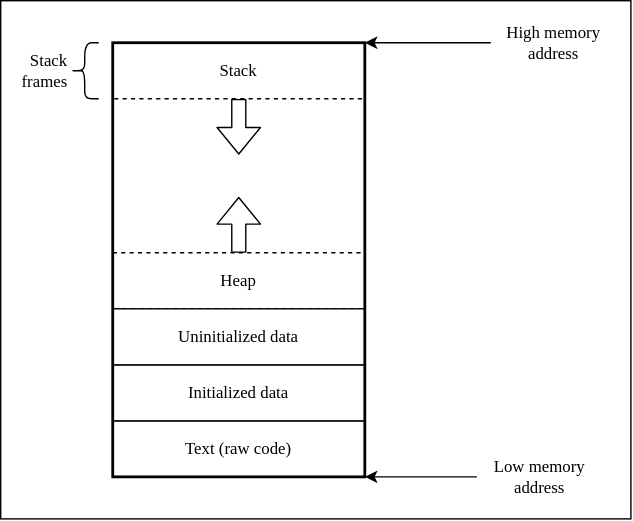
The draw.io diagram img/stack_heap.drawio.svg in Zuyd-ADSAI/Rust-Workshop, before a commit. Source tidied: cells renumbered, new cells last; positions are measured from the earlier drawing's top-left corner, leaving out a move shared by most shapes. Source of this version:
```xml
<mxGraphModel math="1">
  <root>
    <mxCell id="0" />
    <mxCell id="1" parent="0" />
    <mxCell id="2" style="rounded=0;whiteSpace=wrap;html=1;fontFamily=Lucida Console;" parent="1" vertex="1">
      <mxGeometry width="450" height="370" as="geometry" />
    </mxCell>
    <mxCell id="3" style="shape=flexArrow;endArrow=classic;html=1;exitX=0.5;exitY=1;exitDx=0;exitDy=0;fontFamily=Lucida Console;" parent="1" edge="1" source="9">
      <mxGeometry relative="1" as="geometry">
        <mxPoint x="170" y="110" as="targetPoint" />
      </mxGeometry>
    </mxCell>
    <mxCell id="4" value="Text (raw code)" style="rounded=0;whiteSpace=wrap;html=1;fontFamily=Lucida Console;" parent="1" vertex="1">
      <mxGeometry x="80" y="300" width="180" height="40" as="geometry" />
    </mxCell>
    <mxCell id="5" value="Low memory address" style="text;html=1;strokeColor=none;fillColor=none;align=center;verticalAlign=middle;whiteSpace=wrap;rounded=0;fontFamily=Lucida Console;" parent="1" vertex="1">
      <mxGeometry x="340" y="325" width="90" height="30" as="geometry" />
    </mxCell>
    <mxCell id="6" style="endArrow=classic;html=1;exitX=0;exitY=0.5;exitDx=0;exitDy=0;entryX=1;entryY=1;entryDx=0;entryDy=0;fontFamily=Lucida Console;" parent="1" edge="1" source="5" target="4">
      <mxGeometry relative="1" as="geometry" />
    </mxCell>
    <mxCell id="7" value="High memory address" style="text;html=1;strokeColor=none;fillColor=none;align=center;verticalAlign=middle;whiteSpace=wrap;rounded=0;fontFamily=Lucida Console;" parent="1" vertex="1">
      <mxGeometry x="350" y="15" width="90" height="30" as="geometry" />
    </mxCell>
    <mxCell id="8" style="endArrow=classic;html=1;exitX=0;exitY=0.5;exitDx=0;exitDy=0;entryX=1;entryY=0;entryDx=0;entryDy=0;fontFamily=Lucida Console;" parent="1" edge="1" source="7" target="9">
      <mxGeometry relative="1" as="geometry" />
    </mxCell>
    <mxCell id="9" value="Stack" style="rounded=0;whiteSpace=wrap;html=1;dashed=1;fontFamily=Lucida Console;" parent="1" vertex="1">
      <mxGeometry x="80" y="30" width="180" height="40" as="geometry" />
    </mxCell>
    <mxCell id="10" value="Initialized data" style="rounded=0;whiteSpace=wrap;html=1;fontFamily=Lucida Console;" parent="1" vertex="1">
      <mxGeometry x="80" y="260" width="180" height="40" as="geometry" />
    </mxCell>
    <mxCell id="11" value="Heap" style="rounded=0;whiteSpace=wrap;html=1;dashed=1;fontFamily=Lucida Console;" parent="1" vertex="1">
      <mxGeometry x="80" y="180" width="180" height="40" as="geometry" />
    </mxCell>
    <mxCell id="12" style="shape=flexArrow;endArrow=classic;html=1;exitX=0.5;exitY=0;exitDx=0;exitDy=0;fontFamily=Lucida Console;" parent="1" edge="1" source="11">
      <mxGeometry relative="1" as="geometry">
        <mxPoint x="170" y="140" as="targetPoint" />
      </mxGeometry>
    </mxCell>
    <mxCell id="13" value="Uninitialized data" style="rounded=0;whiteSpace=wrap;html=1;fontFamily=Lucida Console;" parent="1" vertex="1">
      <mxGeometry x="80" y="220" width="180" height="40" as="geometry" />
    </mxCell>
    <mxCell id="14" value="Stack frames" style="shape=curlyBracket;whiteSpace=wrap;html=1;rounded=1;labelPosition=left;verticalLabelPosition=middle;align=right;verticalAlign=middle;fillColor=none;fontFamily=Lucida Console;" parent="1" vertex="1">
      <mxGeometry x="50" y="30" width="20" height="40" as="geometry" />
    </mxCell>
    <mxCell id="15" style="rounded=0;whiteSpace=wrap;html=1;fillColor=none;fontFamily=Lucida Console;strokeWidth=2;" parent="1" vertex="1">
      <mxGeometry x="80" y="30" width="180" height="310" as="geometry" />
    </mxCell>
  </root>
</mxGraphModel>
```
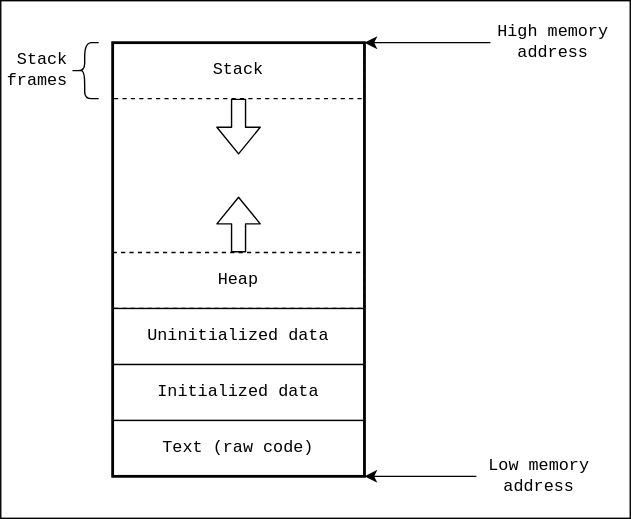
Later version of the same file.

Diff of the diagram source:
```diff
@@ -2,50 +2,50 @@
   <root>
     <mxCell id="0" />
     <mxCell id="1" parent="0" />
-    <mxCell id="2" style="rounded=0;whiteSpace=wrap;html=1;fontFamily=Lucida Console;" parent="1" vertex="1">
+    <mxCell id="2" style="rounded=0;whiteSpace=wrap;html=1;fontFamily=Courier New;" parent="1" vertex="1">
       <mxGeometry width="450" height="370" as="geometry" />
     </mxCell>
-    <mxCell id="3" style="shape=flexArrow;endArrow=classic;html=1;exitX=0.5;exitY=1;exitDx=0;exitDy=0;fontFamily=Lucida Console;" parent="1" edge="1" source="9">
+    <mxCell id="3" style="shape=flexArrow;endArrow=classic;html=1;exitX=0.5;exitY=1;exitDx=0;exitDy=0;fontFamily=Courier New;" parent="1" edge="1" source="9">
       <mxGeometry relative="1" as="geometry">
         <mxPoint x="170" y="110" as="targetPoint" />
       </mxGeometry>
     </mxCell>
-    <mxCell id="4" value="Text (raw code)" style="rounded=0;whiteSpace=wrap;html=1;fontFamily=Lucida Console;" parent="1" vertex="1">
+    <mxCell id="4" value="Text (raw code)" style="rounded=0;whiteSpace=wrap;html=1;fontFamily=Courier New;" parent="1" vertex="1">
       <mxGeometry x="80" y="300" width="180" height="40" as="geometry" />
     </mxCell>
-    <mxCell id="5" value="Low memory address" style="text;html=1;strokeColor=none;fillColor=none;align=center;verticalAlign=middle;whiteSpace=wrap;rounded=0;fontFamily=Lucida Console;" parent="1" vertex="1">
+    <mxCell id="5" value="Low memory address" style="text;html=1;strokeColor=none;fillColor=none;align=center;verticalAlign=middle;whiteSpace=wrap;rounded=0;fontFamily=Courier New;" parent="1" vertex="1">
       <mxGeometry x="340" y="325" width="90" height="30" as="geometry" />
     </mxCell>
-    <mxCell id="6" style="endArrow=classic;html=1;exitX=0;exitY=0.5;exitDx=0;exitDy=0;entryX=1;entryY=1;entryDx=0;entryDy=0;fontFamily=Lucida Console;" parent="1" edge="1" source="5" target="4">
+    <mxCell id="6" style="endArrow=classic;html=1;exitX=0;exitY=0.5;exitDx=0;exitDy=0;entryX=1;entryY=1;entryDx=0;entryDy=0;fontFamily=Courier New;" parent="1" edge="1" source="5" target="4">
       <mxGeometry relative="1" as="geometry" />
     </mxCell>
-    <mxCell id="7" value="High memory address" style="text;html=1;strokeColor=none;fillColor=none;align=center;verticalAlign=middle;whiteSpace=wrap;rounded=0;fontFamily=Lucida Console;" parent="1" vertex="1">
+    <mxCell id="7" value="High memory address" style="text;html=1;strokeColor=none;fillColor=none;align=center;verticalAlign=middle;whiteSpace=wrap;rounded=0;fontFamily=Courier New;" parent="1" vertex="1">
       <mxGeometry x="350" y="15" width="90" height="30" as="geometry" />
     </mxCell>
-    <mxCell id="8" style="endArrow=classic;html=1;exitX=0;exitY=0.5;exitDx=0;exitDy=0;entryX=1;entryY=0;entryDx=0;entryDy=0;fontFamily=Lucida Console;" parent="1" edge="1" source="7" target="9">
+    <mxCell id="8" style="endArrow=classic;html=1;exitX=0;exitY=0.5;exitDx=0;exitDy=0;entryX=1;entryY=0;entryDx=0;entryDy=0;fontFamily=Courier New;" parent="1" edge="1" source="7" target="9">
       <mxGeometry relative="1" as="geometry" />
     </mxCell>
-    <mxCell id="9" value="Stack" style="rounded=0;whiteSpace=wrap;html=1;dashed=1;fontFamily=Lucida Console;" parent="1" vertex="1">
+    <mxCell id="9" value="Stack" style="rounded=0;whiteSpace=wrap;html=1;dashed=1;fontFamily=Courier New;" parent="1" vertex="1">
       <mxGeometry x="80" y="30" width="180" height="40" as="geometry" />
     </mxCell>
-    <mxCell id="10" value="Initialized data" style="rounded=0;whiteSpace=wrap;html=1;fontFamily=Lucida Console;" parent="1" vertex="1">
+    <mxCell id="10" value="Initialized data" style="rounded=0;whiteSpace=wrap;html=1;fontFamily=Courier New;" parent="1" vertex="1">
       <mxGeometry x="80" y="260" width="180" height="40" as="geometry" />
     </mxCell>
-    <mxCell id="11" value="Heap" style="rounded=0;whiteSpace=wrap;html=1;dashed=1;fontFamily=Lucida Console;" parent="1" vertex="1">
+    <mxCell id="11" value="Heap" style="rounded=0;whiteSpace=wrap;html=1;dashed=1;fontFamily=Courier New;" parent="1" vertex="1">
       <mxGeometry x="80" y="180" width="180" height="40" as="geometry" />
     </mxCell>
-    <mxCell id="12" style="shape=flexArrow;endArrow=classic;html=1;exitX=0.5;exitY=0;exitDx=0;exitDy=0;fontFamily=Lucida Console;" parent="1" edge="1" source="11">
+    <mxCell id="12" style="shape=flexArrow;endArrow=classic;html=1;exitX=0.5;exitY=0;exitDx=0;exitDy=0;fontFamily=Courier New;" parent="1" edge="1" source="11">
       <mxGeometry relative="1" as="geometry">
         <mxPoint x="170" y="140" as="targetPoint" />
       </mxGeometry>
     </mxCell>
-    <mxCell id="13" value="Uninitialized data" style="rounded=0;whiteSpace=wrap;html=1;fontFamily=Lucida Console;" parent="1" vertex="1">
+    <mxCell id="13" value="Uninitialized data" style="rounded=0;whiteSpace=wrap;html=1;fontFamily=Courier New;" parent="1" vertex="1">
       <mxGeometry x="80" y="220" width="180" height="40" as="geometry" />
     </mxCell>
-    <mxCell id="14" value="Stack frames" style="shape=curlyBracket;whiteSpace=wrap;html=1;rounded=1;labelPosition=left;verticalLabelPosition=middle;align=right;verticalAlign=middle;fillColor=none;fontFamily=Lucida Console;" parent="1" vertex="1">
+    <mxCell id="14" value="Stack frames" style="shape=curlyBracket;whiteSpace=wrap;html=1;rounded=1;labelPosition=left;verticalLabelPosition=middle;align=right;verticalAlign=middle;fillColor=none;fontFamily=Courier New;" parent="1" vertex="1">
       <mxGeometry x="50" y="30" width="20" height="40" as="geometry" />
     </mxCell>
-    <mxCell id="15" style="rounded=0;whiteSpace=wrap;html=1;fillColor=none;fontFamily=Lucida Console;strokeWidth=2;" parent="1" vertex="1">
+    <mxCell id="15" style="rounded=0;whiteSpace=wrap;html=1;fillColor=none;fontFamily=Courier New;strokeWidth=2;" parent="1" vertex="1">
       <mxGeometry x="80" y="30" width="180" height="310" as="geometry" />
     </mxCell>
   </root>
```
